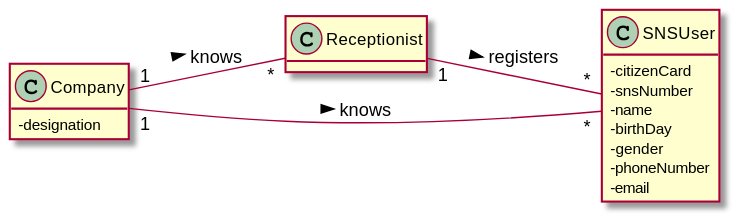
The PlantUML diagram docs/SprintB/US03/DM/US03_DM.svg in miseEnPlace-i/lapr2, before a commit.
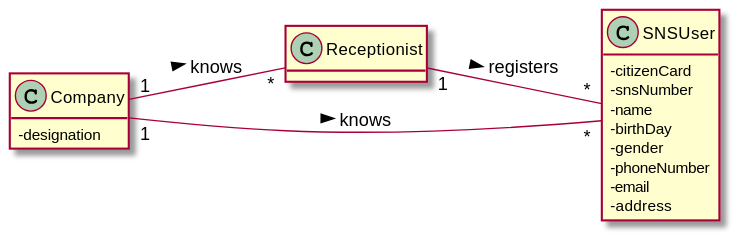
After the commit.

Commit message:
docs(US03): add address attribute to SNSUser

The edit, as a diff of the source:
```diff
@@ -13,6 +13,7 @@
   - gender
   - phoneNumber
   - email
+  - address
 }
 
 class Company {
```
